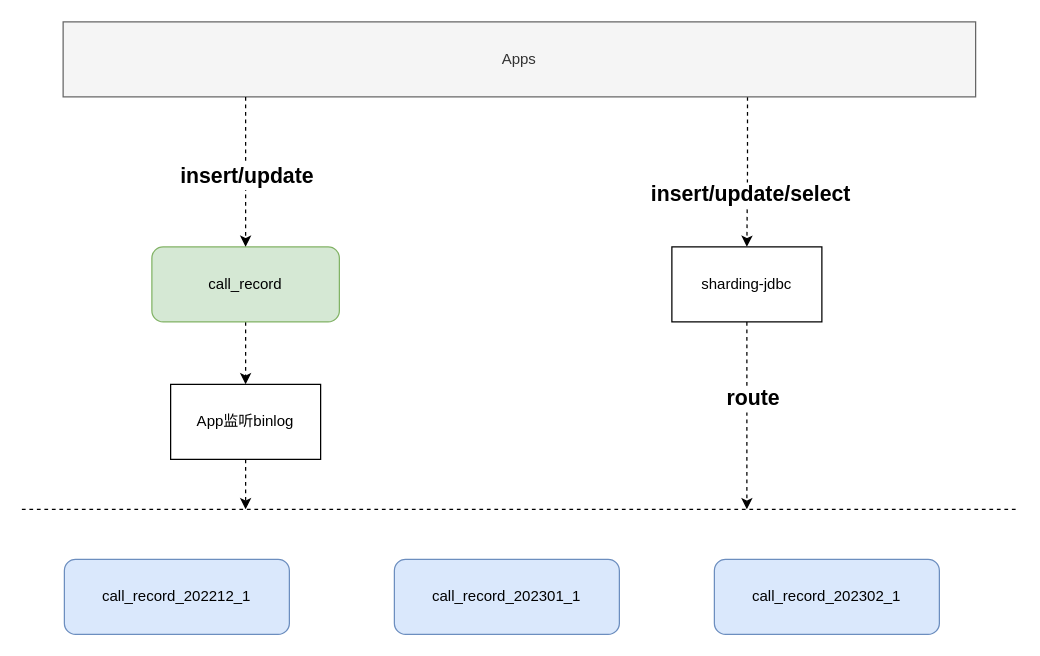
The draw.io diagram page "第 8 页" (8 of 18) of wiz/WIZ-数据.drawio in smileLuckBoy/drowio, before the edit. Source tidied: cells renumbered, new cells numbered last; positions are measured from the earlier drawing's top-left corner, leaving out a move shared by most shapes. Both pictures are drawn from the tidied source at 125%, with x=0, y=0 at pixel (21, 21).
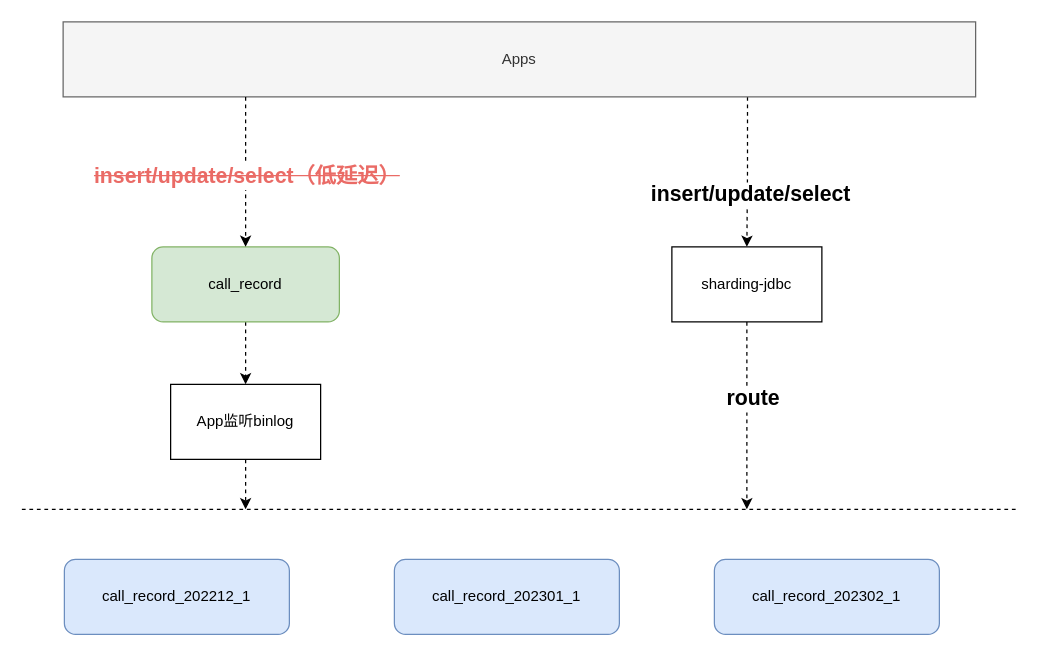
The same page after the edit.

The change refers to these unchanged cells:
```xml
<mxCell id="13" style="edgeStyle=orthogonalEdgeStyle;rounded=0;orthogonalLoop=1;jettySize=auto;html=1;exitX=0.5;exitY=1;exitDx=0;exitDy=0;entryX=0.5;entryY=0;entryDx=0;entryDy=0;dashed=1;" parent="1" edge="1">
  <mxGeometry relative="1" as="geometry">
    <mxPoint x="179" y="60" as="sourcePoint" />
    <mxPoint x="179" y="180" as="targetPoint" />
  </mxGeometry>
</mxCell>
```

The edit, as a diff of the source:
```diff
@@
-    <mxCell id="14" value="insert/update" style="edgeLabel;html=1;align=center;verticalAlign=middle;fontStyle=1;fontSize=17;" parent="13" vertex="1">
+    <mxCell id="14" value="&lt;font color=&quot;#ea6b66&quot;&gt;&lt;strike&gt;insert/update/select（低延迟）&lt;/strike&gt;&lt;/font&gt;" style="edgeLabel;html=1;align=center;verticalAlign=middle;fontStyle=1;fontSize=17;" parent="13" vertex="1">
       <mxGeometry x="-0.24" relative="1" as="geometry">
         <mxPoint y="17" as="offset" />
       </mxGeometry>
     </mxCell>
```
